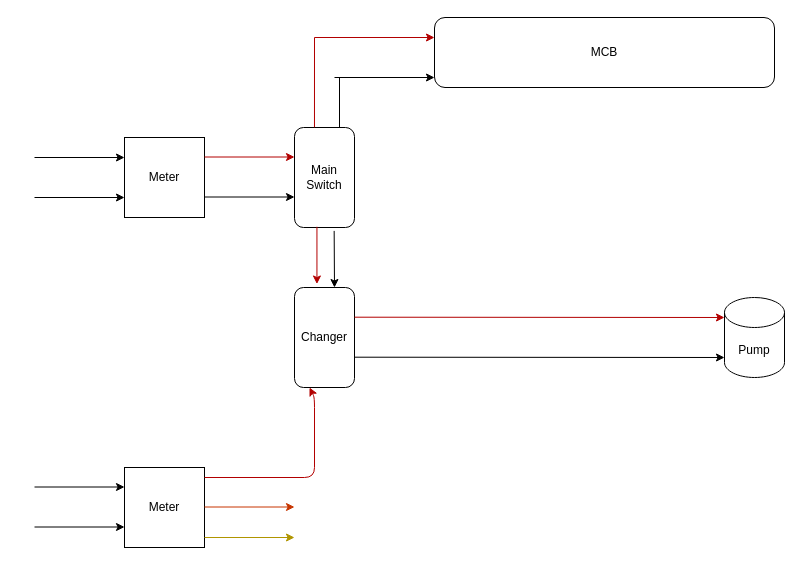
ShashwatRanjan/my_home keeps this draw.io diagram as assets/circuit.drawio. Above is the earlier version. Source tidied: cells renumbered, new cells numbered last; positions are measured from the earlier drawing's top-left corner, leaving out a move shared by most shapes. Both pictures are drawn from the tidied source at 100%, with x=0, y=0 at pixel (34, 17).
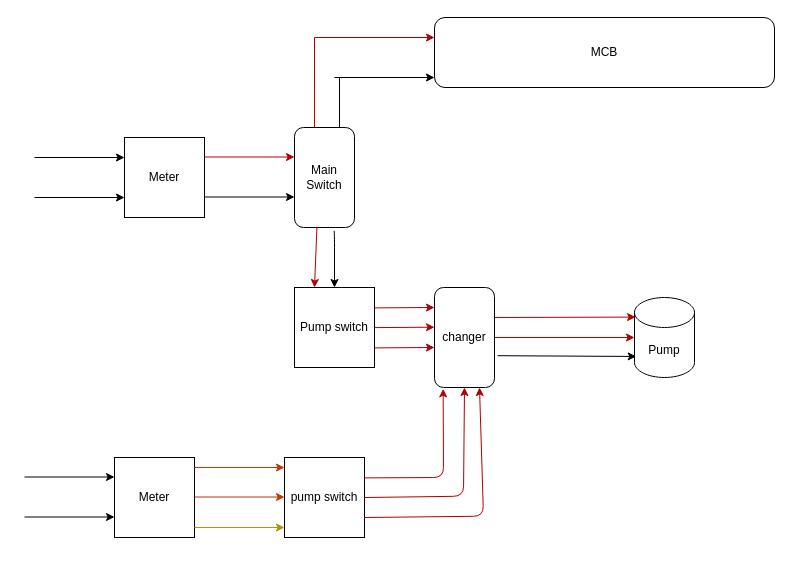
After the change.

The change refers to these unchanged cells:
```xml
<mxCell id="13" value="Main Switch" style="rounded=1;whiteSpace=wrap;html=1;" parent="1" vertex="1">
  <mxGeometry x="260" y="110" width="60" height="100" as="geometry" />
</mxCell>
```

What changed in the source:
```diff
@@
     <mxCell id="4" value="Meter" style="whiteSpace=wrap;html=1;" parent="1" vertex="1">
-      <mxGeometry x="90" y="450" width="80" height="80" as="geometry" />
+      <mxGeometry x="80" y="440" width="80" height="80" as="geometry" />
     </mxCell>
@@
     <mxCell id="6" style="endArrow=classic;html=1;" parent="1" edge="1">
       <mxGeometry relative="1" as="geometry">
-        <mxPoint y="469.5" as="sourcePoint" />
-        <mxPoint x="90" y="469.5" as="targetPoint" />
+        <mxPoint x="-10" y="459.5" as="sourcePoint" />
+        <mxPoint x="80" y="459.5" as="targetPoint" />
       </mxGeometry>
     </mxCell>
     <mxCell id="7" style="endArrow=classic;html=1;" parent="1" edge="1">
       <mxGeometry relative="1" as="geometry">
-        <mxPoint y="509.5" as="sourcePoint" />
-        <mxPoint x="90" y="509.5" as="targetPoint" />
+        <mxPoint x="-10" y="499.5" as="sourcePoint" />
+        <mxPoint x="80" y="499.5" as="targetPoint" />
       </mxGeometry>
     </mxCell>
@@
-    <mxCell id="10" style="endArrow=classic;html=1;entryX=0.25;entryY=1;entryDx=0;entryDy=0;fillColor=#e51400;strokeColor=#B20000;" parent="1" edge="1" target="19">
-      <mxGeometry relative="1" as="geometry">
-        <mxPoint x="170" y="460" as="sourcePoint" />
-        <Array as="points">
-          <mxPoint x="280" y="460" />
-          <mxPoint x="280" y="380" />
-        </Array>
-      </mxGeometry>
-    </mxCell>
     <mxCell id="11" style="endArrow=classic;html=1;fillColor=#fa6800;strokeColor=#C73500;" parent="1" edge="1">
       <mxGeometry relative="1" as="geometry">
-        <mxPoint x="170" y="489.5" as="sourcePoint" />
-        <mxPoint x="260" y="489.5" as="targetPoint" />
+        <mxPoint x="160" y="479.5" as="sourcePoint" />
+        <mxPoint x="250" y="479.5" as="targetPoint" />
       </mxGeometry>
     </mxCell>
     <mxCell id="12" style="endArrow=classic;html=1;fillColor=#e3c800;strokeColor=#B09500;" parent="1" edge="1">
       <mxGeometry relative="1" as="geometry">
-        <mxPoint x="170" y="520" as="sourcePoint" />
-        <mxPoint x="260" y="520" as="targetPoint" />
+        <mxPoint x="160" y="510" as="sourcePoint" />
+        <mxPoint x="250" y="510" as="targetPoint" />
       </mxGeometry>
     </mxCell>
@@
-    <mxCell id="19" value="Changer" style="rounded=1;whiteSpace=wrap;html=1;" parent="1" vertex="1">
-      <mxGeometry x="260" y="270" width="60" height="100" as="geometry" />
-    </mxCell>
-    <mxCell id="20" style="endArrow=classic;html=1;fillColor=#e51400;strokeColor=#B20000;" parent="1" edge="1">
+    <mxCell id="20" style="endArrow=classic;html=1;fillColor=#e51400;strokeColor=#B20000;entryX=0.018;entryY=0.245;entryDx=0;entryDy=0;entryPerimeter=0;" parent="1" edge="1" target="22">
       <mxGeometry relative="1" as="geometry">
-        <mxPoint x="320" y="299.7" as="sourcePoint" />
-        <mxPoint x="690" y="300" as="targetPoint" />
+        <mxPoint x="460" y="300" as="sourcePoint" />
       </mxGeometry>
     </mxCell>
-    <mxCell id="21" style="endArrow=classic;html=1;" parent="1" edge="1">
-      <mxGeometry relative="1" as="geometry">
-        <mxPoint x="320" y="339.7" as="sourcePoint" />
-        <mxPoint x="690" y="340" as="targetPoint" />
-      </mxGeometry>
+    <mxCell id="21" style="endArrow=classic;html=1;entryX=0.029;entryY=0.737;entryDx=0;entryDy=0;entryPerimeter=0;exitX=1.052;exitY=0.682;exitDx=0;exitDy=0;exitPerimeter=0;" parent="1" edge="1" source="29" target="22">
+      <mxGeometry relative="1" as="geometry" />
     </mxCell>
     <mxCell id="22" value="Pump" style="shape=cylinder3;whiteSpace=wrap;html=1;boundedLbl=1;backgroundOutline=1;size=15;" parent="1" vertex="1">
-      <mxGeometry x="690" y="280" width="60" height="80" as="geometry" />
+      <mxGeometry x="600" y="280" width="60" height="80" as="geometry" />
     </mxCell>
-    <mxCell id="23" style="endArrow=classic;html=1;fillColor=#e51400;strokeColor=#B20000;entryX=0.374;entryY=-0.035;entryDx=0;entryDy=0;entryPerimeter=0;exitX=0.374;exitY=0.993;exitDx=0;exitDy=0;exitPerimeter=0;" parent="1" edge="1" source="13" target="19">
-      <mxGeometry relative="1" as="geometry" />
+    <mxCell id="23" style="endArrow=classic;html=1;fillColor=#e51400;strokeColor=#B20000;exitX=0.374;exitY=0.993;exitDx=0;exitDy=0;exitPerimeter=0;" parent="1" edge="1" source="13">
+      <mxGeometry relative="1" as="geometry">
+        <mxPoint x="280" y="270" as="targetPoint" />
+      </mxGeometry>
     </mxCell>
     <mxCell id="24" style="endArrow=classic;html=1;exitX=0.661;exitY=1.034;exitDx=0;exitDy=0;exitPerimeter=0;" parent="1" edge="1" source="13">
       <mxGeometry relative="1" as="geometry">
         <mxPoint x="300" y="270" as="targetPoint" />
+        <Array as="points">
+          <mxPoint x="300" y="220" />
+        </Array>
       </mxGeometry>
     </mxCell>
+    <mxCell id="25" style="endArrow=classic;html=1;fillColor=#fa6800;strokeColor=#C73500;" parent="1" edge="1">
+      <mxGeometry relative="1" as="geometry">
+        <mxPoint x="160" y="450" as="sourcePoint" />
+        <mxPoint x="250" y="450" as="targetPoint" />
+      </mxGeometry>
+    </mxCell>
+    <mxCell id="26" value="Pump switch" style="whiteSpace=wrap;html=1;" parent="1" vertex="1">
+      <mxGeometry x="260" y="270" width="80" height="80" as="geometry" />
+    </mxCell>
+    <mxCell id="27" value="pump switch" style="whiteSpace=wrap;html=1;" parent="1" vertex="1">
+      <mxGeometry x="250" y="440" width="80" height="80" as="geometry" />
+    </mxCell>
+    <mxCell id="28" style="endArrow=classic;html=1;fillColor=#e51400;strokeColor=#B20000;exitX=1;exitY=0.5;exitDx=0;exitDy=0;" parent="1" edge="1" source="29" target="22">
+      <mxGeometry relative="1" as="geometry" />
+    </mxCell>
+    <mxCell id="29" value="changer" style="rounded=1;whiteSpace=wrap;html=1;" parent="1" vertex="1">
+      <mxGeometry x="400" y="270" width="60" height="100" as="geometry" />
+    </mxCell>
+    <mxCell id="30" style="endArrow=classic;html=1;fillColor=#e51400;strokeColor=#B20000;" parent="1" edge="1">
+      <mxGeometry relative="1" as="geometry">
+        <mxPoint x="340" y="290.4" as="sourcePoint" />
+        <mxPoint x="400" y="290" as="targetPoint" />
+      </mxGeometry>
+    </mxCell>
+    <mxCell id="31" style="endArrow=classic;html=1;fillColor=#e51400;strokeColor=#B20000;" parent="1" edge="1">
+      <mxGeometry relative="1" as="geometry">
+        <mxPoint x="340" y="310.1" as="sourcePoint" />
+        <mxPoint x="400" y="309.7" as="targetPoint" />
+      </mxGeometry>
+    </mxCell>
+    <mxCell id="32" style="endArrow=classic;html=1;fillColor=#e51400;strokeColor=#B20000;" parent="1" edge="1">
+      <mxGeometry relative="1" as="geometry">
+        <mxPoint x="340" y="330.4" as="sourcePoint" />
+        <mxPoint x="400" y="330" as="targetPoint" />
+      </mxGeometry>
+    </mxCell>
+    <mxCell id="33" style="endArrow=classic;html=1;fillColor=#e51400;strokeColor=#B20000;entryX=0.144;entryY=1.013;entryDx=0;entryDy=0;entryPerimeter=0;" parent="1" edge="1" target="29">
+      <mxGeometry relative="1" as="geometry">
+        <mxPoint x="330" y="460.4" as="sourcePoint" />
+        <Array as="points">
+          <mxPoint x="409" y="460" />
+        </Array>
+      </mxGeometry>
+    </mxCell>
+    <mxCell id="34" style="endArrow=classic;html=1;fillColor=#e51400;strokeColor=#B20000;entryX=0.5;entryY=1;entryDx=0;entryDy=0;exitX=1;exitY=0.5;exitDx=0;exitDy=0;" parent="1" edge="1" source="27" target="29">
+      <mxGeometry relative="1" as="geometry">
+        <Array as="points">
+          <mxPoint x="429" y="478.7" />
+        </Array>
+      </mxGeometry>
+    </mxCell>
+    <mxCell id="35" style="endArrow=classic;html=1;fillColor=#e51400;strokeColor=#B20000;exitX=1;exitY=0.75;exitDx=0;exitDy=0;" parent="1" edge="1" source="27">
+      <mxGeometry relative="1" as="geometry">
+        <mxPoint x="445" y="370" as="targetPoint" />
+        <Array as="points">
+          <mxPoint x="449" y="498.7" />
+        </Array>
+      </mxGeometry>
+    </mxCell>
```
